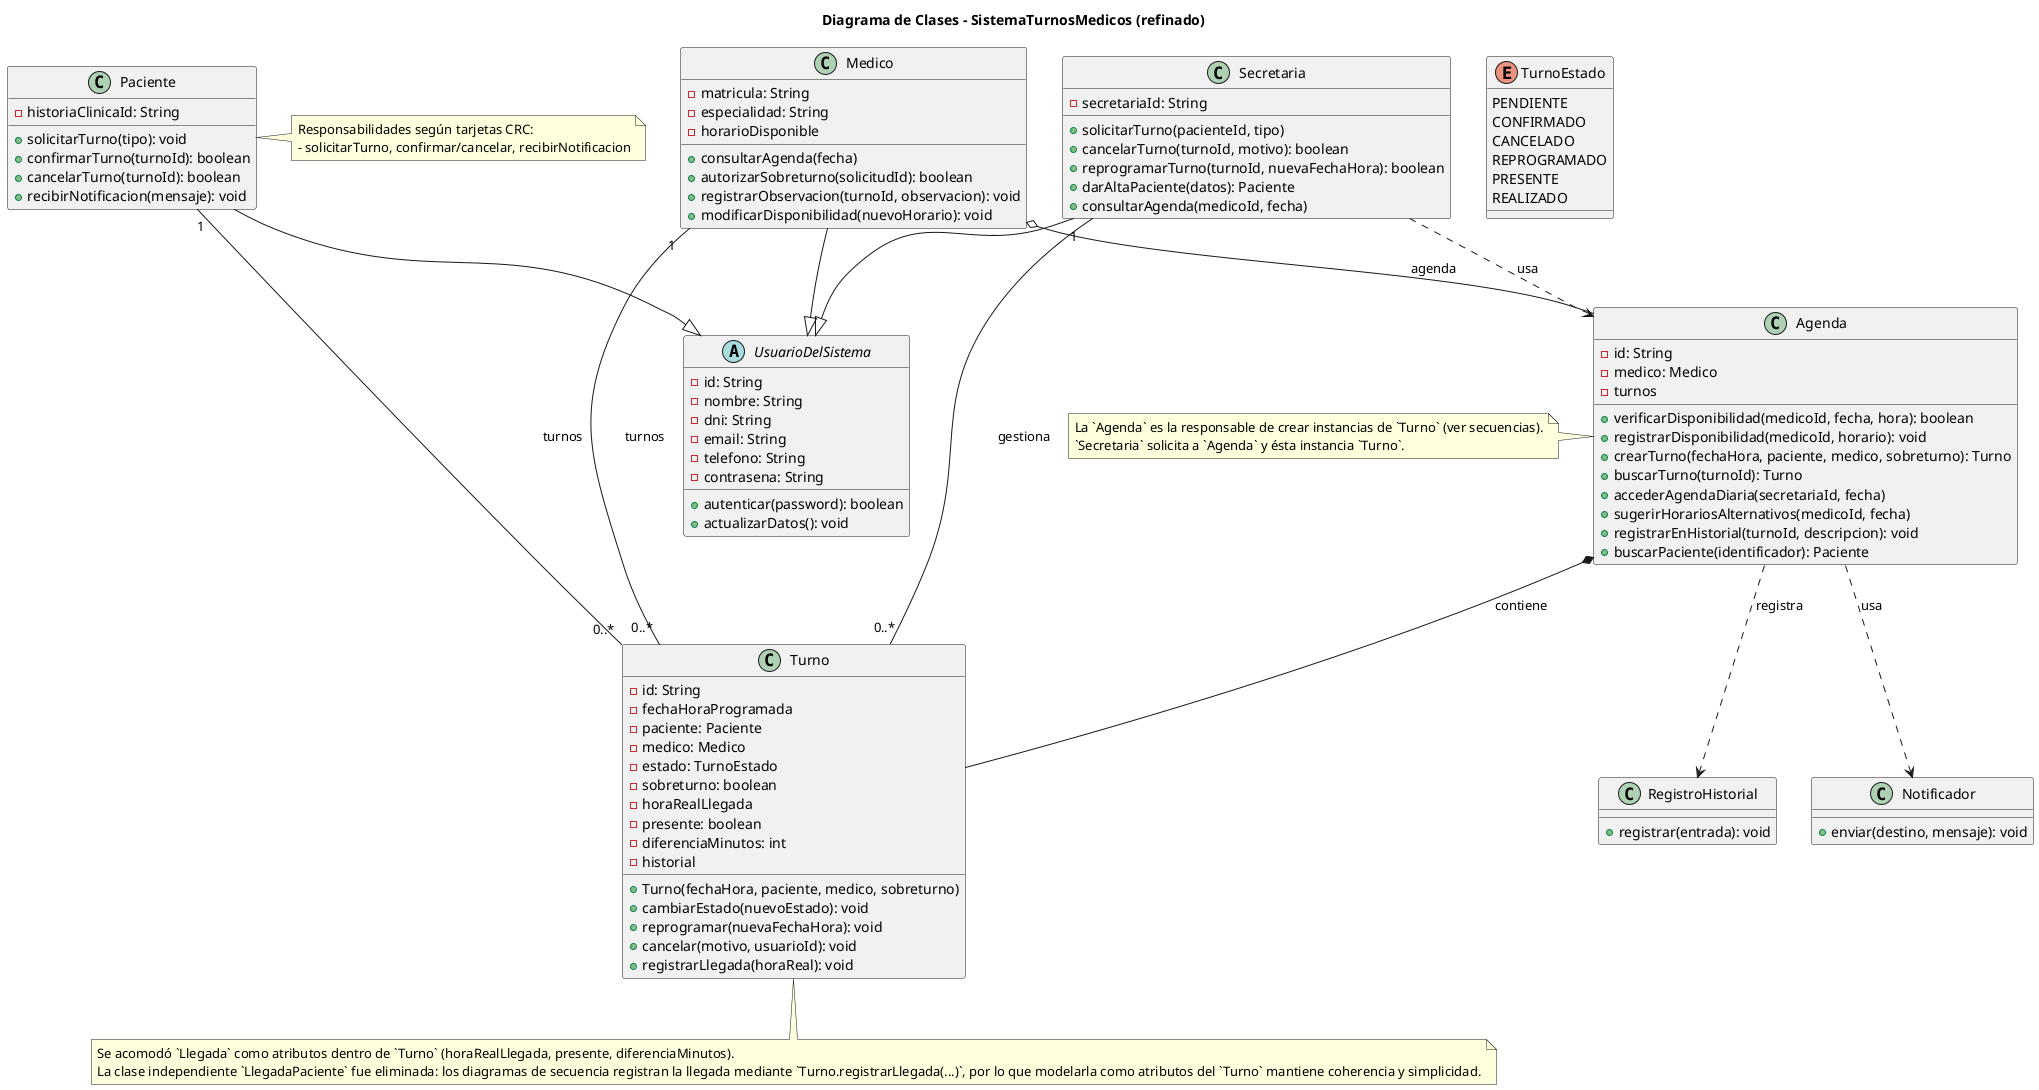
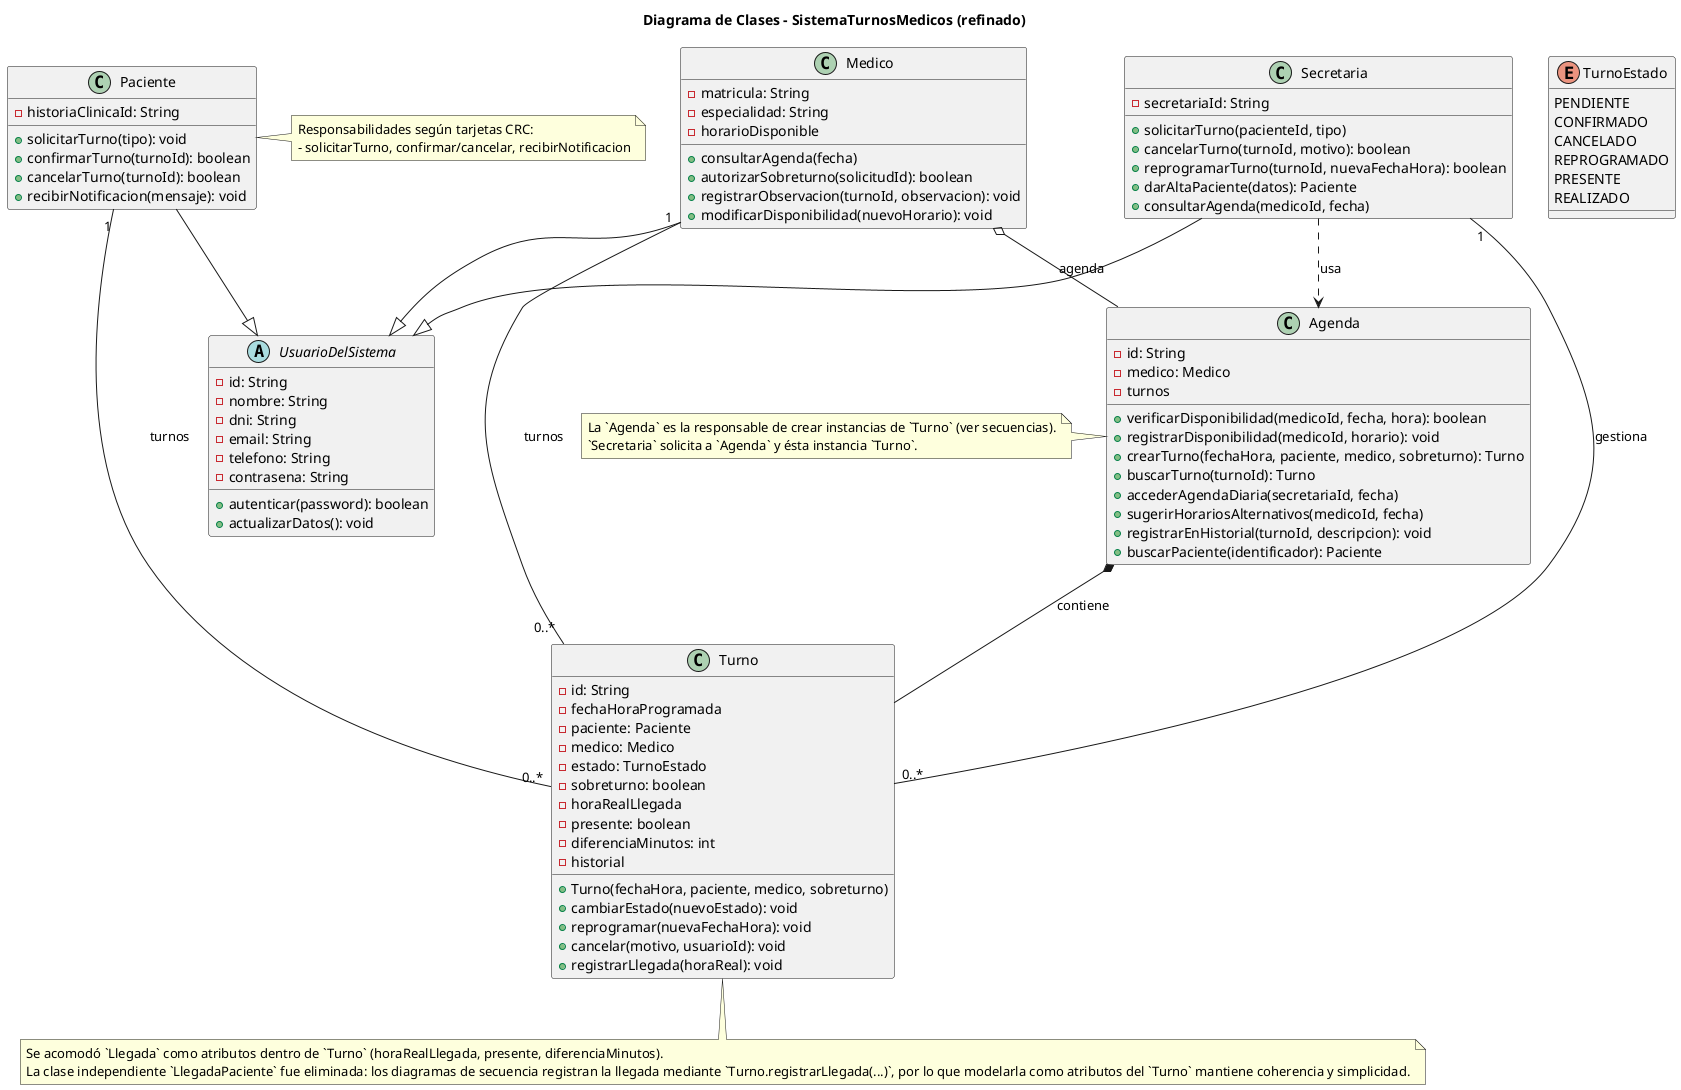

@startuml 06-clases-diagrama-final
title Diagrama de Clases - SistemaTurnosMedicos (refinado)

' Enumeraciones (simples)
enum TurnoEstado {
  PENDIENTE
  CONFIRMADO
  CANCELADO
  REPROGRAMADO
  PRESENTE
  REALIZADO
}

' Clases principales (tipos simplificados)
abstract class UsuarioDelSistema {
  - id: String
  - nombre: String
  - dni: String
  - email: String
  - telefono: String
  - contrasena: String
  + autenticar(password): boolean
  + actualizarDatos(): void
}

class Paciente {
  - historiaClinicaId: String
  + solicitarTurno(tipo): void
  + confirmarTurno(turnoId): boolean
  + cancelarTurno(turnoId): boolean
  + recibirNotificacion(mensaje): void
}

class Medico {
  - matricula: String
  - especialidad: String
  - horarioDisponible
  + consultarAgenda(fecha)
  + autorizarSobreturno(solicitudId): boolean
  + registrarObservacion(turnoId, observacion): void
  + modificarDisponibilidad(nuevoHorario): void
}

class Secretaria {
  - secretariaId: String
  + solicitarTurno(pacienteId, tipo)
  + cancelarTurno(turnoId, motivo): boolean
  + reprogramarTurno(turnoId, nuevaFechaHora): boolean
  + darAltaPaciente(datos): Paciente
  + consultarAgenda(medicoId, fecha)
}

class Agenda {
  - id: String
  - medico: Medico
  - turnos
  + verificarDisponibilidad(medicoId, fecha, hora): boolean
  + registrarDisponibilidad(medicoId, horario): void
  + crearTurno(fechaHora, paciente, medico, sobreturno): Turno
  + buscarTurno(turnoId): Turno
  + accederAgendaDiaria(secretariaId, fecha)
  + sugerirHorariosAlternativos(medicoId, fecha)
  + registrarEnHistorial(turnoId, descripcion): void
  + buscarPaciente(identificador): Paciente
}

class Turno {
  - id: String
  - fechaHoraProgramada
  - paciente: Paciente
  - medico: Medico
  - estado: TurnoEstado
  - sobreturno: boolean
  - horaRealLlegada
  - presente: boolean
  - diferenciaMinutos: int
  - historial
  + Turno(fechaHora, paciente, medico, sobreturno)
  + cambiarEstado(nuevoEstado): void
  + reprogramar(nuevaFechaHora): void
  + cancelar(motivo, usuarioId): void
  + registrarLlegada(horaReal): void
}

- ' Soporte/servicios del dominio (para ejemplificar dependencia)
- class Notificador {
-   + enviar(destino, mensaje): void
- }
- 
- class RegistroHistorial {
-   + registrar(entrada): void
- }
- 
' Herencia
+ Secretaria --|> UsuarioDelSistema
Paciente --|> UsuarioDelSistema
Medico --|> UsuarioDelSistema
- Secretaria --|> UsuarioDelSistema
+ 

' Relaciones: asociación, agregación, composición, dependencia
' Agregación: Medico tiene una Agenda (la Agenda puede existir separada)
Medico o-- Agenda : agenda

' Composición: Agenda compone Turnos (si la Agenda se borra, sus turnos también)
Agenda *-- Turno : contiene

' Asociación normal (con multiplicidades)
Paciente "1" -- "0..*" Turno : turnos
Medico "1" -- "0..*" Turno : turnos
Secretaria "1" -- "0..*" Turno : gestiona

' Dependencia: Secretaria depende de Agenda para buscar disponibilidad
Secretaria ..> Agenda : usa
- 
- ' Dependencias adicionales: Agenda usa Notificador y RegistroHistorial
- Agenda ..> Notificador : usa
- Agenda ..> RegistroHistorial : registra

' Notas y trazabilidad
note right of Paciente
  Responsabilidades según tarjetas CRC:
  - solicitarTurno, confirmar/cancelar, recibirNotificacion
end note

note left of Agenda
  La `Agenda` es la responsable de crear instancias de `Turno` (ver secuencias).
  `Secretaria` solicita a `Agenda` y ésta instancia `Turno`.
end note

note bottom of Turno
  Se acomodó `Llegada` como atributos dentro de `Turno` (horaRealLlegada, presente, diferenciaMinutos).
  La clase independiente `LlegadaPaciente` fue eliminada: los diagramas de secuencia registran la llegada mediante `Turno.registrarLlegada(...)`, por lo que modelarla como atributos del `Turno` mantiene coherencia y simplicidad.
end note

@enduml
